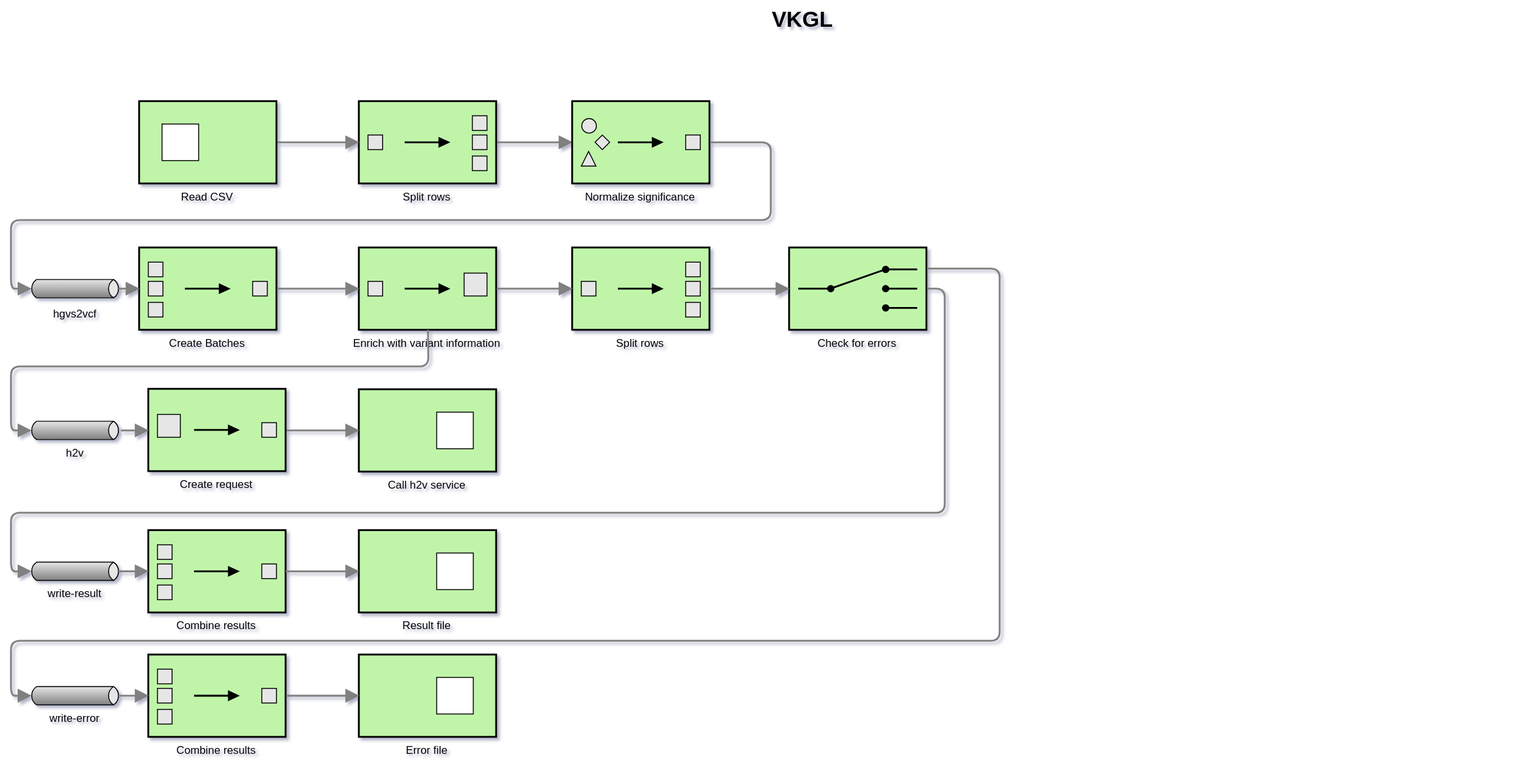
Above: vkgl.svg in molgenis/data-transform-vkgl (draw.io), before the change. Source tidied: cells renumbered, new cells last; positions are measured from the earlier drawing's top-left corner, leaving out a move shared by most shapes.
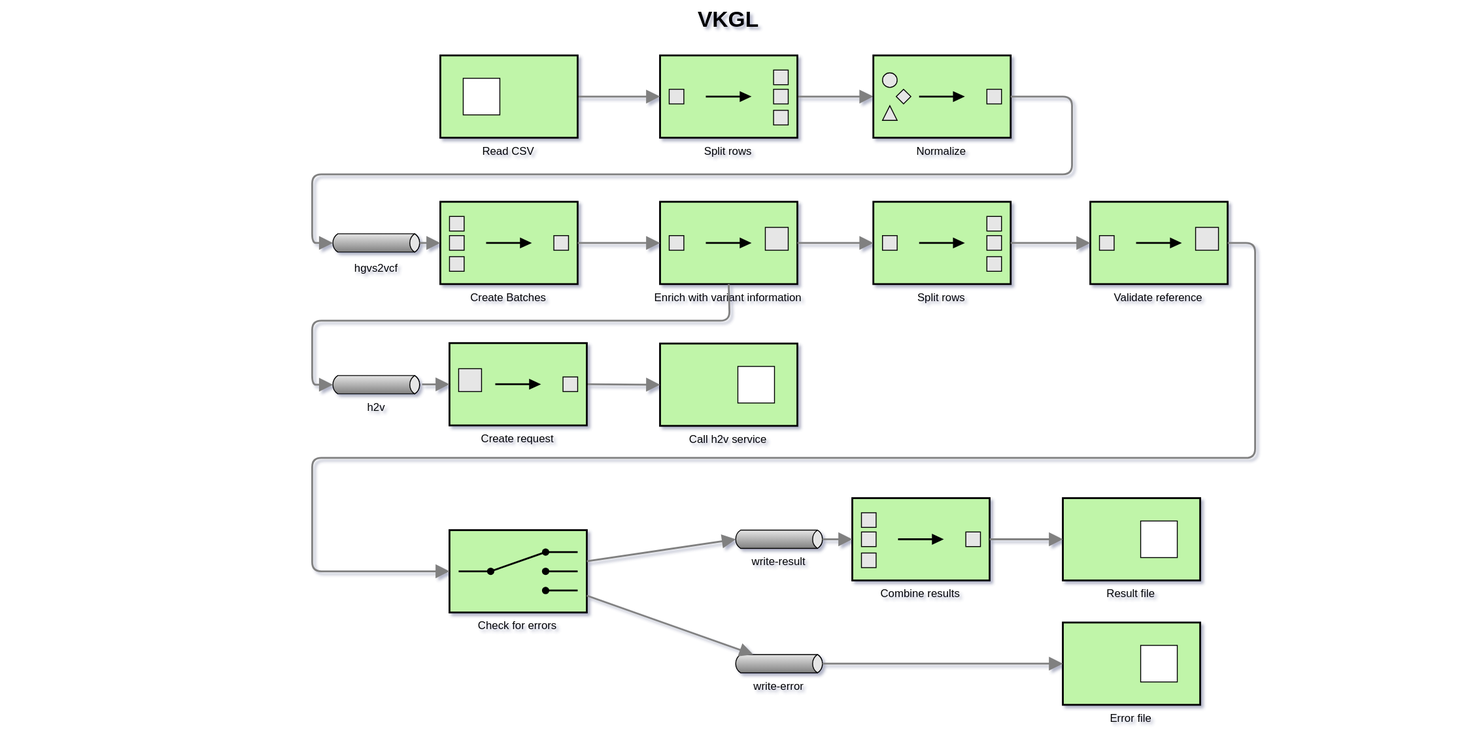
The same file after the commit.

What changed in the source:
```diff
@@ -3,7 +3,7 @@
     <mxCell id="0" style="html=1;" />
     <mxCell id="1" style="html=1;" parent="0" />
     <mxCell id="2" value="VKGL" style="text;strokeColor=none;fillColor=none;html=1;fontSize=24;fontStyle=1;verticalAlign=middle;align=center;" parent="1" vertex="1">
-      <mxGeometry x="70" width="1590" height="40" as="geometry" />
+      <mxGeometry x="-340" y="50" width="1590" height="40" as="geometry" />
     </mxCell>
     <mxCell id="3" value="&lt;font style=&quot;font-size: 12px&quot;&gt;hgvs2vcf&lt;/font&gt;&lt;br&gt;" style="strokeWidth=1;outlineConnect=0;strokeColor=#000000;dashed=0;align=center;html=1;fontSize=8;shape=mxgraph.eip.messageChannel;verticalLabelPosition=bottom;labelBackgroundColor=none;verticalAlign=top;" parent="1" vertex="1">
       <mxGeometry x="20" y="302.5" width="100" height="25" as="geometry" />
@@ -17,7 +17,7 @@
     <mxCell id="6" style="edgeStyle=none;html=1;strokeColor=#808080;endArrow=block;endSize=10;dashed=0;verticalAlign=bottom;strokeWidth=2;fontFamily=Verdana;entryX=0;entryY=0.5;entryDx=0;entryDy=0;entryPerimeter=0;" parent="1" edge="1" source="15" target="5">
       <mxGeometry relative="1" as="geometry" />
     </mxCell>
-    <mxCell id="7" value="Normalize significance" style="strokeWidth=2;outlineConnect=0;dashed=0;align=center;fontSize=12;fillColor=#c0f5a9;verticalLabelPosition=bottom;verticalAlign=top;strokeColor=#000000;shape=mxgraph.eip.normalizer;" parent="1" vertex="1">
+    <mxCell id="7" value="Normalize" style="strokeWidth=2;outlineConnect=0;dashed=0;align=center;fontSize=12;fillColor=#c0f5a9;verticalLabelPosition=bottom;verticalAlign=top;strokeColor=#000000;shape=mxgraph.eip.normalizer;" parent="1" vertex="1">
       <mxGeometry x="613" y="110" width="150" height="90" as="geometry" />
     </mxCell>
     <mxCell id="8" style="edgeStyle=none;html=1;strokeColor=#808080;endArrow=block;endSize=10;dashed=0;verticalAlign=bottom;strokeWidth=2;fontFamily=Verdana;fontSize=12;entryX=0;entryY=0.5;entryDx=2.7;entryDy=0;entryPerimeter=0;exitX=1;exitY=0.5;exitDx=0;exitDy=0;exitPerimeter=0;" parent="1" edge="1" source="7" target="3">
@@ -82,61 +82,31 @@
       <mxGeometry relative="1" as="geometry" />
     </mxCell>
     <mxCell id="24" value="write-result&lt;br style=&quot;font-size: 12px;&quot;&gt;" style="strokeWidth=1;outlineConnect=0;dashed=0;align=center;fontSize=12;shape=mxgraph.eip.messageChannel;html=1;verticalLabelPosition=bottom;strokeColor=#000000;verticalAlign=top;" parent="1" vertex="1">
-      <mxGeometry x="20" y="614" width="100" height="20" as="geometry" />
+      <mxGeometry x="460" y="629" width="100" height="20" as="geometry" />
     </mxCell>
     <mxCell id="25" value="write-error&lt;br style=&quot;font-size: 12px&quot;&gt;" style="strokeWidth=1;outlineConnect=0;dashed=0;align=center;fontSize=12;shape=mxgraph.eip.messageChannel;html=1;verticalLabelPosition=bottom;strokeColor=#000000;verticalAlign=top;" parent="1" vertex="1">
-      <mxGeometry x="20" y="750" width="100" height="20" as="geometry" />
+      <mxGeometry x="460" y="765" width="100" height="20" as="geometry" />
     </mxCell>
     <mxCell id="26" value="Check for errors" style="strokeWidth=2;outlineConnect=0;dashed=0;align=center;fontSize=12;fillColor=#c0f5a9;verticalLabelPosition=bottom;verticalAlign=top;strokeColor=#000000;shape=mxgraph.eip.content_based_router;" parent="1" vertex="1">
-      <mxGeometry x="850" y="270" width="150" height="90" as="geometry" />
+      <mxGeometry x="150" y="629" width="150" height="90" as="geometry" />
     </mxCell>
-    <mxCell id="27" style="edgeStyle=none;html=1;strokeColor=#808080;endArrow=block;endSize=10;dashed=0;verticalAlign=bottom;strokeWidth=2;fontFamily=Verdana;fontSize=12;exitX=1;exitY=0.5;exitDx=0;exitDy=0;exitPerimeter=0;entryX=0;entryY=0.5;entryDx=0;entryDy=0;entryPerimeter=0;" parent="1" edge="1" source="22" target="26">
-      <mxGeometry relative="1" as="geometry" />
-    </mxCell>
-    <mxCell id="28" style="edgeStyle=none;html=1;strokeColor=#808080;endArrow=block;endSize=10;dashed=0;verticalAlign=bottom;strokeWidth=2;fontFamily=Verdana;fontSize=12;entryX=0;entryY=0.5;entryDx=2.7;entryDy=0;entryPerimeter=0;" parent="1" edge="1" target="24">
-      <mxGeometry relative="1" as="geometry">
-        <mxPoint x="1001" y="315" as="sourcePoint" />
-        <Array as="points">
-          <mxPoint x="1020" y="315" />
-          <mxPoint x="1020" y="560" />
-          <mxPoint y="560" />
-          <mxPoint y="624" />
-        </Array>
-      </mxGeometry>
-    </mxCell>
-    <mxCell id="29" style="edgeStyle=none;html=1;strokeColor=#808080;endArrow=block;endSize=10;dashed=0;verticalAlign=bottom;strokeWidth=2;fontFamily=Verdana;fontSize=12;exitX=1;exitY=0.25;exitDx=0;exitDy=0;exitPerimeter=0;entryX=0;entryY=0.5;entryDx=2.7;entryDy=0;entryPerimeter=0;" parent="1" edge="1" source="26" target="25">
-      <mxGeometry relative="1" as="geometry">
-        <Array as="points">
-          <mxPoint x="1080" y="293" />
-          <mxPoint x="1080" y="700" />
-          <mxPoint y="700" />
-          <mxPoint y="760" />
-        </Array>
-      </mxGeometry>
-    </mxCell>
     <mxCell id="30" value="Result file" style="strokeWidth=2;dashed=0;align=center;fontSize=12;shape=rect;verticalLabelPosition=bottom;verticalAlign=top;fillColor=#c0f5a9;strokeColor=#000000;" parent="1" vertex="1">
-      <mxGeometry x="380" y="579" width="150" height="90" as="geometry" />
+      <mxGeometry x="820" y="594" width="150" height="90" as="geometry" />
     </mxCell>
     <mxCell id="31" style="strokeWidth=1;dashed=0;align=center;fontSize=8;shape=rect;fillColor=#ffffff;strokeColor=#000000;" parent="30" vertex="1">
       <mxGeometry x="85" y="25" width="40" height="40" as="geometry" />
     </mxCell>
     <mxCell id="32" value="Error file" style="strokeWidth=2;dashed=0;align=center;fontSize=12;shape=rect;verticalLabelPosition=bottom;verticalAlign=top;fillColor=#c0f5a9;strokeColor=#000000;" parent="1" vertex="1">
-      <mxGeometry x="380" y="715" width="150" height="90" as="geometry" />
+      <mxGeometry x="820" y="730" width="150" height="90" as="geometry" />
     </mxCell>
     <mxCell id="33" style="strokeWidth=1;dashed=0;align=center;fontSize=8;shape=rect;fillColor=#ffffff;strokeColor=#000000;" parent="32" vertex="1">
       <mxGeometry x="85" y="25" width="40" height="40" as="geometry" />
     </mxCell>
-    <mxCell id="34" value="Combine results&#10;" style="strokeWidth=2;outlineConnect=0;dashed=0;align=center;fontSize=12;fillColor=#c0f5a9;verticalLabelPosition=bottom;verticalAlign=top;strokeColor=#000000;shape=mxgraph.eip.aggregator;" parent="1" vertex="1">
-      <mxGeometry x="150" y="715" width="150" height="90" as="geometry" />
-    </mxCell>
-    <mxCell id="35" style="edgeStyle=none;html=1;strokeColor=#808080;endArrow=block;endSize=10;dashed=0;verticalAlign=bottom;strokeWidth=2;fontFamily=Verdana;fontSize=12;entryX=0;entryY=0.5;entryDx=0;entryDy=0;entryPerimeter=0;exitX=1;exitY=0.5;exitDx=-2.7;exitDy=0;exitPerimeter=0;" parent="1" edge="1" source="25" target="34">
-      <mxGeometry relative="1" as="geometry" />
-    </mxCell>
-    <mxCell id="36" style="edgeStyle=none;html=1;strokeColor=#808080;endArrow=block;endSize=10;dashed=0;verticalAlign=bottom;strokeWidth=2;fontFamily=Verdana;fontSize=12;entryX=0;entryY=0.5;entryDx=0;entryDy=0;exitX=1;exitY=0.5;exitDx=0;exitDy=0;exitPerimeter=0;" parent="1" edge="1" source="34" target="32">
+    <mxCell id="36" style="edgeStyle=none;html=1;strokeColor=#808080;endArrow=block;endSize=10;dashed=0;verticalAlign=bottom;strokeWidth=2;fontFamily=Verdana;fontSize=12;entryX=0;entryY=0.5;entryDx=0;entryDy=0;exitX=1;exitY=0.5;exitDx=-2.7;exitDy=0;exitPerimeter=0;" parent="1" edge="1" source="25" target="32">
       <mxGeometry relative="1" as="geometry" />
     </mxCell>
     <mxCell id="37" value="Combine results" style="strokeWidth=2;outlineConnect=0;dashed=0;align=center;fontSize=12;fillColor=#c0f5a9;verticalLabelPosition=bottom;verticalAlign=top;strokeColor=#000000;shape=mxgraph.eip.aggregator;" parent="1" vertex="1">
-      <mxGeometry x="150" y="579" width="150" height="90" as="geometry" />
+      <mxGeometry x="590" y="594" width="150" height="90" as="geometry" />
     </mxCell>
     <mxCell id="38" style="edgeStyle=none;html=1;strokeColor=#808080;endArrow=block;endSize=10;dashed=0;verticalAlign=bottom;strokeWidth=2;fontFamily=Verdana;fontSize=12;entryX=0;entryY=0.5;entryDx=0;entryDy=0;" parent="1" edge="1" source="37" target="30">
       <mxGeometry relative="1" as="geometry" />
@@ -144,5 +114,27 @@
     <mxCell id="39" style="edgeStyle=none;html=1;strokeColor=#808080;endArrow=block;endSize=10;dashed=0;verticalAlign=bottom;strokeWidth=2;fontFamily=Verdana;fontSize=12;entryX=0;entryY=0.5;entryDx=0;entryDy=0;entryPerimeter=0;exitX=1;exitY=0.5;exitDx=-2.7;exitDy=0;exitPerimeter=0;" parent="1" edge="1" source="24" target="37">
       <mxGeometry relative="1" as="geometry" />
     </mxCell>
+    <mxCell id="40" value="Validate reference&#10;" style="strokeWidth=2;outlineConnect=0;dashed=0;align=center;fontSize=12;fillColor=#c0f5a9;verticalLabelPosition=bottom;verticalAlign=top;strokeColor=#000000;shape=mxgraph.eip.content_enricher;" parent="1" vertex="1">
+      <mxGeometry x="850" y="270" width="150" height="90" as="geometry" />
+    </mxCell>
+    <mxCell id="41" style="edgeStyle=none;html=1;strokeColor=#808080;endArrow=block;endSize=10;dashed=0;verticalAlign=bottom;strokeWidth=2;fontFamily=Verdana;fontSize=12;entryX=0;entryY=0.5;entryDx=0;entryDy=0;entryPerimeter=0;" parent="1" edge="1" source="22" target="40">
+      <mxGeometry relative="1" as="geometry" />
+    </mxCell>
+    <mxCell id="42" style="edgeStyle=none;html=1;strokeColor=#808080;endArrow=block;endSize=10;dashed=0;verticalAlign=bottom;strokeWidth=2;fontFamily=Verdana;fontSize=12;entryX=0;entryY=0.5;entryDx=0;entryDy=0;entryPerimeter=0;exitX=1;exitY=0.5;exitDx=0;exitDy=0;exitPerimeter=0;" parent="1" edge="1" source="40" target="26">
+      <mxGeometry relative="1" as="geometry">
+        <Array as="points">
+          <mxPoint x="1030" y="315" />
+          <mxPoint x="1030" y="550" />
+          <mxPoint y="550" />
+          <mxPoint y="674" />
+        </Array>
+      </mxGeometry>
+    </mxCell>
+    <mxCell id="43" style="edgeStyle=none;html=1;strokeColor=#808080;endArrow=block;endSize=10;dashed=0;verticalAlign=bottom;strokeWidth=2;fontFamily=Verdana;fontSize=12;entryX=0;entryY=0.5;entryDx=2.7;entryDy=0;entryPerimeter=0;" parent="1" edge="1" source="26" target="24">
+      <mxGeometry relative="1" as="geometry" />
+    </mxCell>
+    <mxCell id="29" style="edgeStyle=none;html=1;strokeColor=#808080;endArrow=block;endSize=10;dashed=0;verticalAlign=bottom;strokeWidth=2;fontFamily=Verdana;fontSize=12;" parent="1" edge="1" source="26" target="25">
+      <mxGeometry relative="1" as="geometry" />
+    </mxCell>
   </root>
 </mxGraphModel>
```
